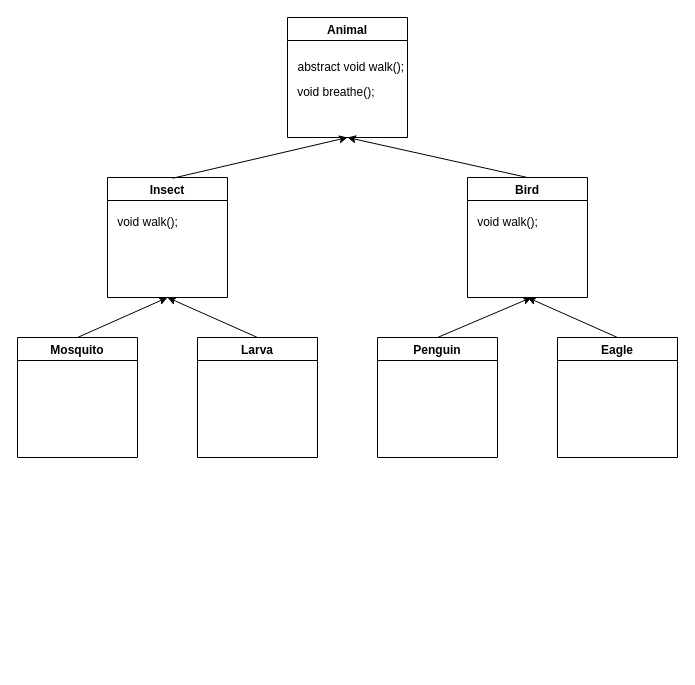
Above: 제목 없는 다이어그램.drawio in jilpoom/AbstractClass (draw.io), before the change. Source tidied: cells renumbered, new cells numbered last; positions are measured from the earlier drawing's top-left corner, leaving out a move shared by most shapes. Both pictures are drawn from the tidied source at 100%, with x=0, y=0 at pixel (17, 17).
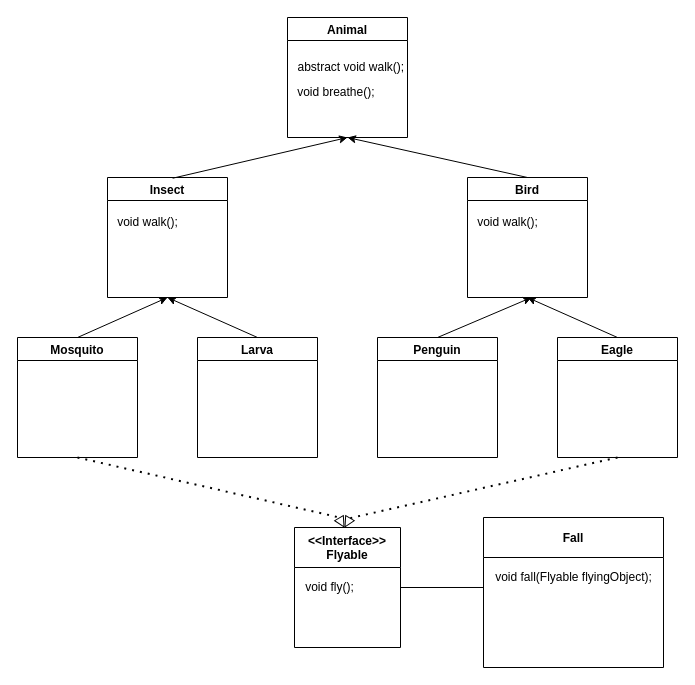
After the change.

Commit message:
제목 없는 다이어그램.drawio 업데이트

The change refers to these unchanged cells:
```xml
<mxCell id="12" value="Eagle" style="swimlane;" parent="1" vertex="1">
  <mxGeometry x="540" y="320" width="120" height="120" as="geometry" />
</mxCell>
<mxCell id="13" value="Mosquito" style="swimlane;" parent="1" vertex="1">
  <mxGeometry y="320" width="120" height="120" as="geometry" />
</mxCell>
```

Diff of the diagram source:
```diff
@@
+    <mxCell id="19" value="&lt;&lt;Interface&gt;&gt;&#10;Flyable" style="swimlane;startSize=40;" parent="1" vertex="1">
+      <mxGeometry x="277" y="510" width="106" height="120" as="geometry" />
+    </mxCell>
+    <mxCell id="20" value="void fly();" style="text;html=1;align=center;verticalAlign=middle;strokeColor=none;fillColor=none;" parent="19" vertex="1">
+      <mxGeometry y="45" width="70" height="30" as="geometry" />
+    </mxCell>
+    <mxCell id="21" value="Fall" style="swimlane;startSize=40;" parent="1" vertex="1">
+      <mxGeometry x="466" y="500" width="180" height="150" as="geometry" />
+    </mxCell>
+    <mxCell id="22" value="void fall(Flyable flyingObject);" style="text;html=1;align=center;verticalAlign=middle;points=[];strokeColor=none;fillColor=none;" parent="21" vertex="1">
+      <mxGeometry y="45" width="180" height="30" as="geometry" />
+    </mxCell>
+    <mxCell id="23" style="endArrow=none;dashed=1;html=1;dashPattern=1 3;strokeWidth=2;rounded=0;exitX=0.5;exitY=1;exitDx=0;exitDy=0;entryX=0.563;entryY=1.166;entryDx=0;entryDy=0;entryPerimeter=0;" parent="1" edge="1" source="13" target="25">
+      <mxGeometry relative="1" as="geometry" />
+    </mxCell>
+    <mxCell id="24" style="endArrow=none;dashed=1;html=1;dashPattern=1 3;strokeWidth=2;rounded=0;exitX=0.5;exitY=1;exitDx=0;exitDy=0;entryX=0.5;entryY=1;entryDx=0;entryDy=0;entryPerimeter=0;" parent="1" edge="1" source="12" target="27">
+      <mxGeometry relative="1" as="geometry" />
+    </mxCell>
+    <mxCell id="25" style="verticalLabelPosition=bottom;verticalAlign=top;html=1;shape=mxgraph.basic.acute_triangle;dx=0.5;rotation=-210;" parent="1" vertex="1">
+      <mxGeometry x="319" y="500" width="10" height="10" as="geometry" />
+    </mxCell>
+    <mxCell id="26" style="endArrow=none;html=1;rounded=0;entryX=0;entryY=0.833;entryDx=0;entryDy=0;entryPerimeter=0;exitX=1;exitY=0.5;exitDx=0;exitDy=0;" parent="1" edge="1" source="19" target="22">
+      <mxGeometry relative="1" as="geometry" />
+    </mxCell>
+    <mxCell id="27" style="verticalLabelPosition=bottom;verticalAlign=top;html=1;shape=mxgraph.basic.acute_triangle;dx=0.5;rotation=-150;" parent="1" vertex="1">
+      <mxGeometry x="325" y="500" width="10" height="10" as="geometry" />
+    </mxCell>
```
